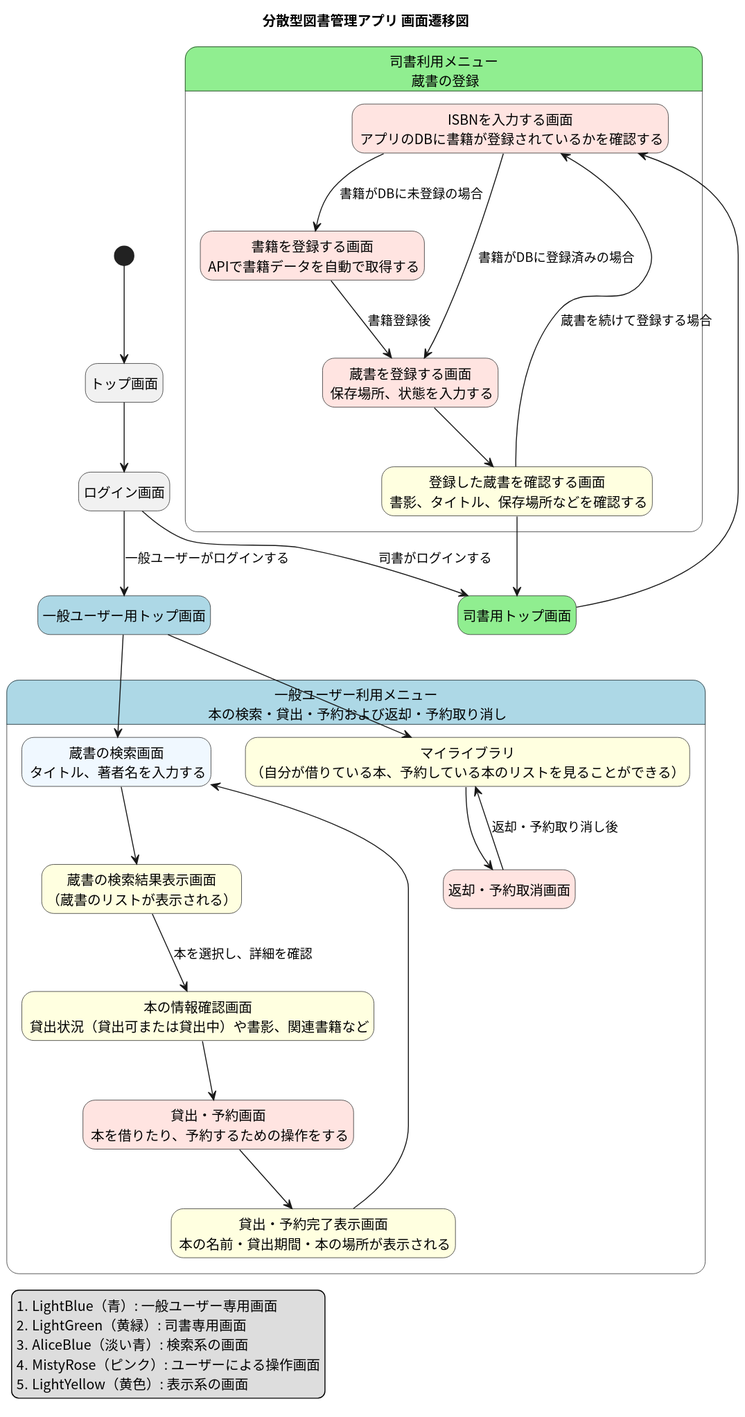
Above: docs/screen_flow/screen_flow_diagram/screen_flow.svg in tomoki-shiozaki/distributed-library (PlantUML), before the change.
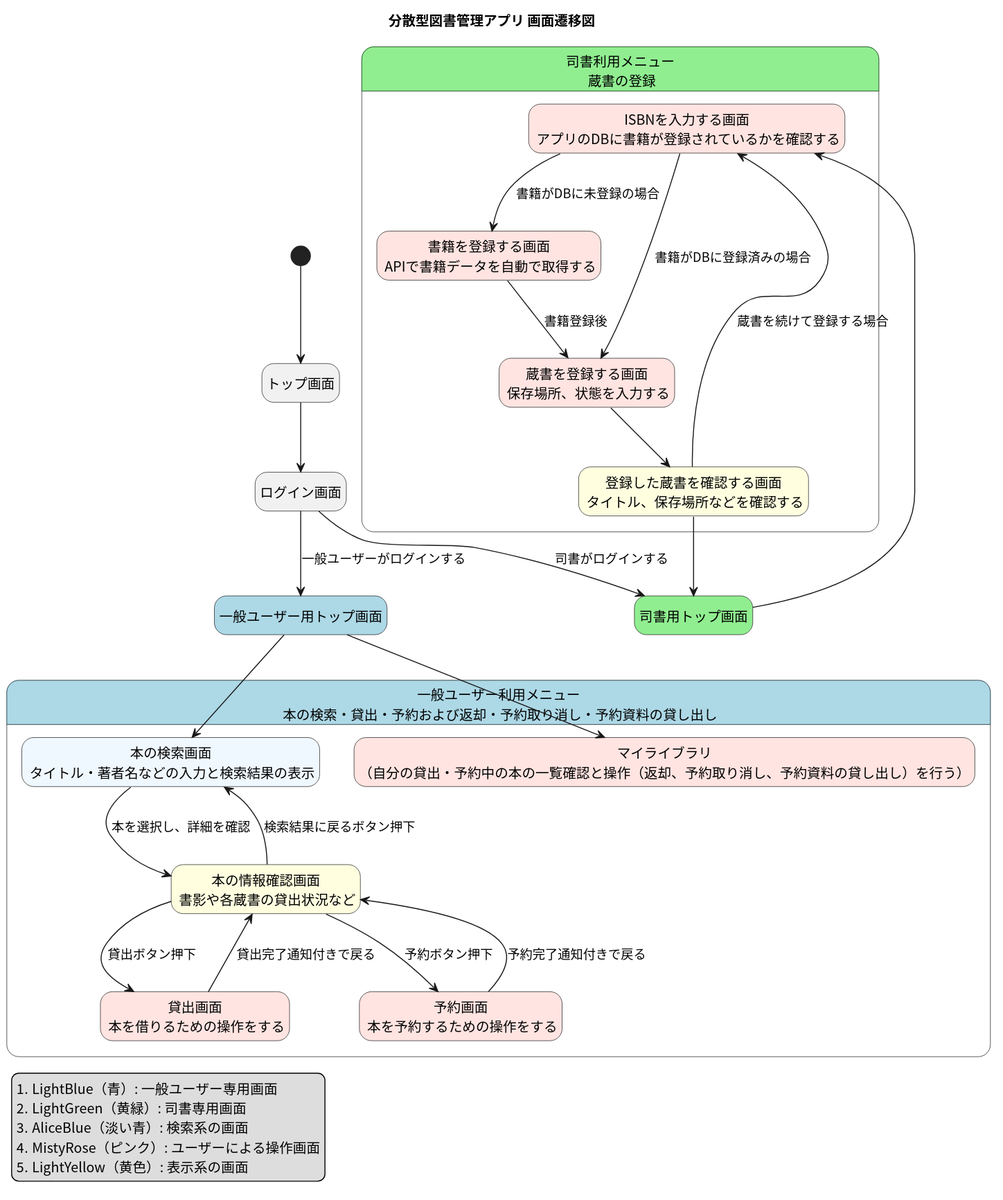
After the commit.

Commit message:
docs(screen flow): update screen flow diagram

Change to the diagram source:
```diff
@@ -27,7 +27,7 @@
     state "ISBNを入力する画面\n アプリのDBに書籍が登録されているかを確認する" as isbnCheckForm <<操作>>
     state "書籍を登録する画面\n APIで書籍データを自動で取得する" as bookCreate <<操作>>
     state "蔵書を登録する画面\n 保存場所、状態を入力する" as copyCreate <<操作>>
-    state "登録した蔵書を確認する画面\n 書影、タイトル、保存場所などを確認する" as copyConfirm <<表示>>
+    state "登録した蔵書を確認する画面\n タイトル、保存場所などを確認する" as copyConfirm <<表示>>
 }
 librarian --> isbnCheckForm
 isbnCheckForm --> bookCreate : 書籍がDBに未登録の場合
@@ -37,24 +37,21 @@
 copyConfirm --> librarian
 copyConfirm --> isbnCheckForm : 蔵書を続けて登録する場合
 
-state "一般ユーザー利用メニュー\n 本の検索・貸出・予約および返却・予約取り消し" as bookUse #LightBlue {
-    state "蔵書の検索画面\n タイトル、著者名を入力する" as bookSearch <<検索>>
-    state "蔵書の検索結果表示画面\n（蔵書のリストが表示される）" as searchResult <<表示>>
-    state "本の情報確認画面\n 貸出状況（貸出可または貸出中）や書影、関連書籍など" as bookStatus <<表示>>
-    state "貸出・予約画面\n 本を借りたり、予約するための操作をする" as borrowAndBook <<操作>>
-    state "貸出・予約完了表示画面\n 本の名前・貸出期間・本の場所が表示される" as borrowCompletion <<表示>>
+state "一般ユーザー利用メニュー\n 本の検索・貸出・予約および返却・予約取り消し・予約資料の貸し出し" as bookUse #LightBlue {
+    state "本の検索画面\n タイトル・著者名などの入力と検索結果の表示" as bookSearch <<検索>>
+    state "本の情報確認画面\n 書影や各蔵書の貸出状況など" as bookStatus <<表示>>
+    state "貸出画面\n 本を借りるための操作をする" as borrowBook <<操作>>
+    state "予約画面\n 本を予約するための操作をする" as reserveBook <<操作>>
 
-    state "マイライブラリ\n（自分が借りている本、予約している本のリストを見ることができる）" as borrowingBooks <<表示>>
-    state "返却・予約取消画面" as returnAndCancelReservation <<操作>>
+    state "マイライブラリ\n（自分の貸出・予約中の本の一覧確認と操作（返却、予約取り消し、予約資料の貸し出し）を行う）" as borrowingBooks <<操作>>
 
-    bookSearch --> searchResult
-    searchResult --> bookStatus : 本を選択し、詳細を確認
-    bookStatus --> borrowAndBook
-    borrowAndBook --> borrowCompletion
-    borrowCompletion --> bookSearch
+    bookSearch  --> bookStatus : 本を選択し、詳細を確認
+    bookStatus --> bookSearch : 検索結果に戻るボタン押下
+    bookStatus --> borrowBook : 貸出ボタン押下
+    bookStatus --> reserveBook : 予約ボタン押下
+    borrowBook --> bookStatus : 貸出完了通知付きで戻る
+    reserveBook --> bookStatus : 予約完了通知付きで戻る
 
-    borrowingBooks --> returnAndCancelReservation
-    returnAndCancelReservation --> borrowingBooks : 返却・予約取り消し後
 }
 user --> bookSearch
 user --> borrowingBooks
```
